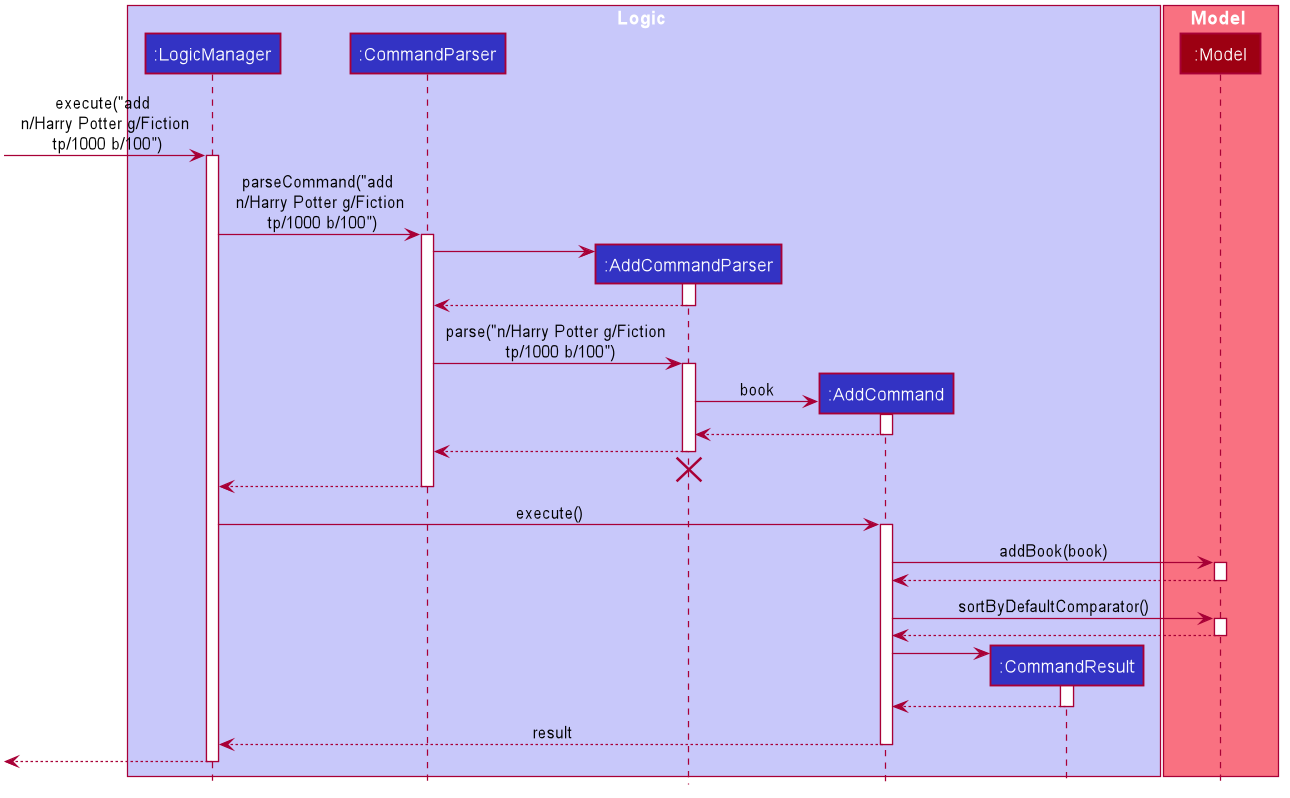
Above: docs/images/AddSequenceDiagram.png in pennhanlee/tp (PlantUML), before the change.
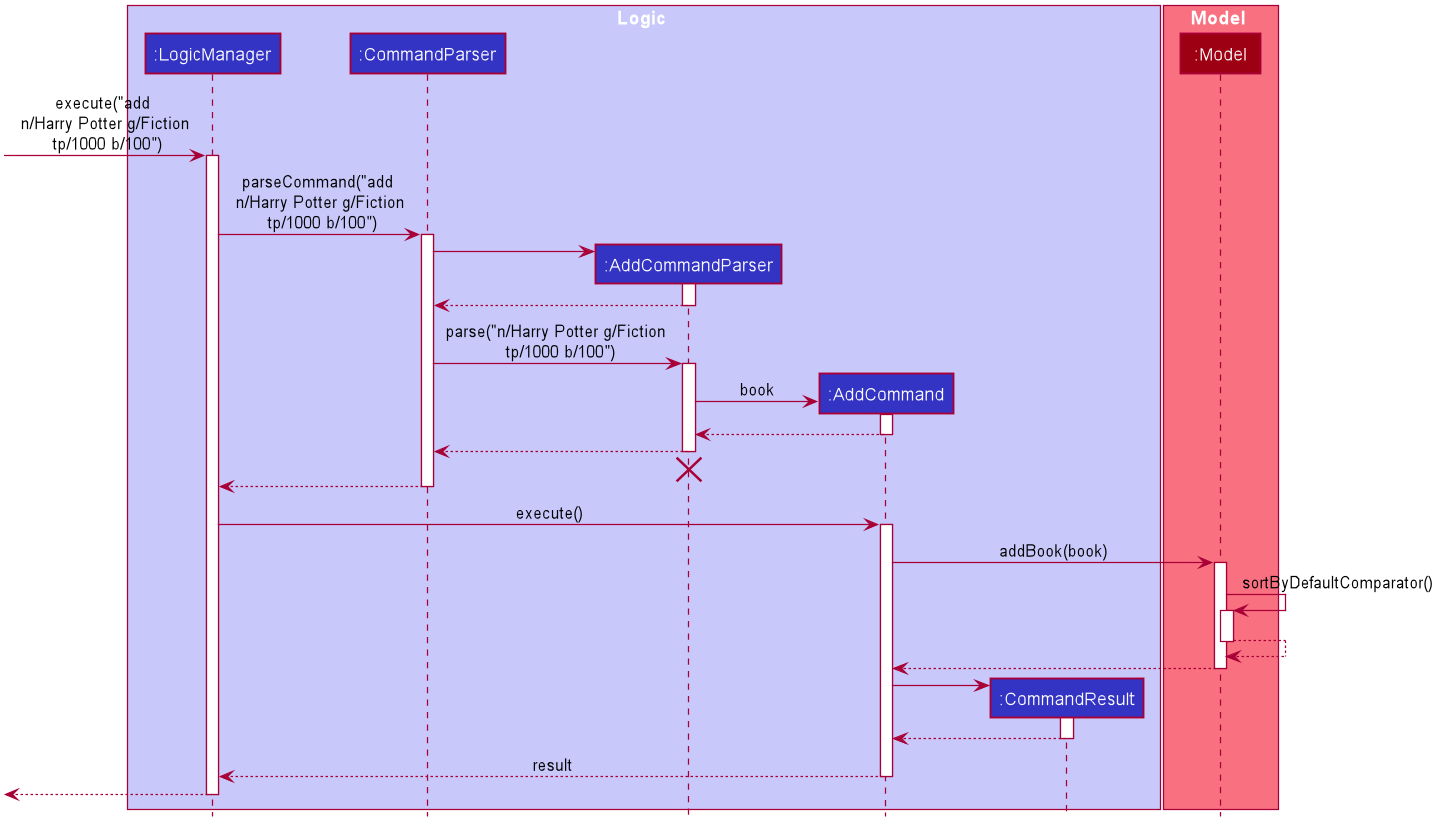
Later version of the same file.

Diff of the diagram source:
```diff
@@ -98,11 +98,11 @@
 AddCommand -> Model : addBook(book)
 activate Model
 
-Model --> AddCommand
+Model -> Model : sortByDefaultComparator()
+activate Model
+
+Model --> Model
 deactivate Model
-
-AddCommand -> Model : sortByDefaultComparator()
-activate Model
 
 Model --> AddCommand
 deactivate Model
```
